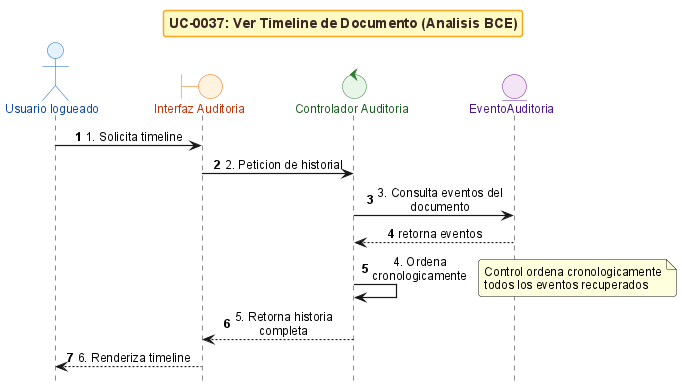
Before: anexos/diagramas/seq-bce-uc0037-timeline.png, a diagram exported from PlantUML (ErDeivih/DocumentChain). Source of this version:
```plantuml
@startuml
!include _sequence-bce-style.puml

title UC-0037: Ver Timeline de Documento (Analisis BCE)

actor "Usuario logueado" as Actor
boundary "Interfaz Auditoria" as VT
control "Controlador Auditoria" as CA
entity "EventoAuditoria" as EE


Actor -> VT : 1. Solicita timeline
VT -> CA : 2. Peticion de historial
CA -> EE : 3. Consulta eventos del documento
EE --> CA : retorna eventos


CA -> CA : 4. Ordena cronologicamente
note right : Control ordena cronologicamente todos los eventos recuperados

CA --> VT : 5. Retorna historia completa
VT --> Actor : 6. Renderiza timeline

@enduml
```
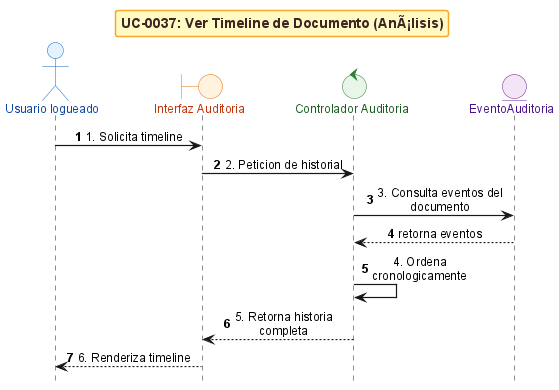
Above is the later version.

What changed in the source:
```diff
@@ -1,7 +1,7 @@
 @startuml
 !include _sequence-bce-style.puml
 
-title UC-0037: Ver Timeline de Documento (Analisis BCE)
+title UC-0037: Ver Timeline de Documento (AnÃ¡lisis)
 
 actor "Usuario logueado" as Actor
 boundary "Interfaz Auditoria" as VT
@@ -16,7 +16,6 @@
 
 
 CA -> CA : 4. Ordena cronologicamente
-note right : Control ordena cronologicamente todos los eventos recuperados
 
 CA --> VT : 5. Retorna historia completa
 VT --> Actor : 6. Renderiza timeline
```
